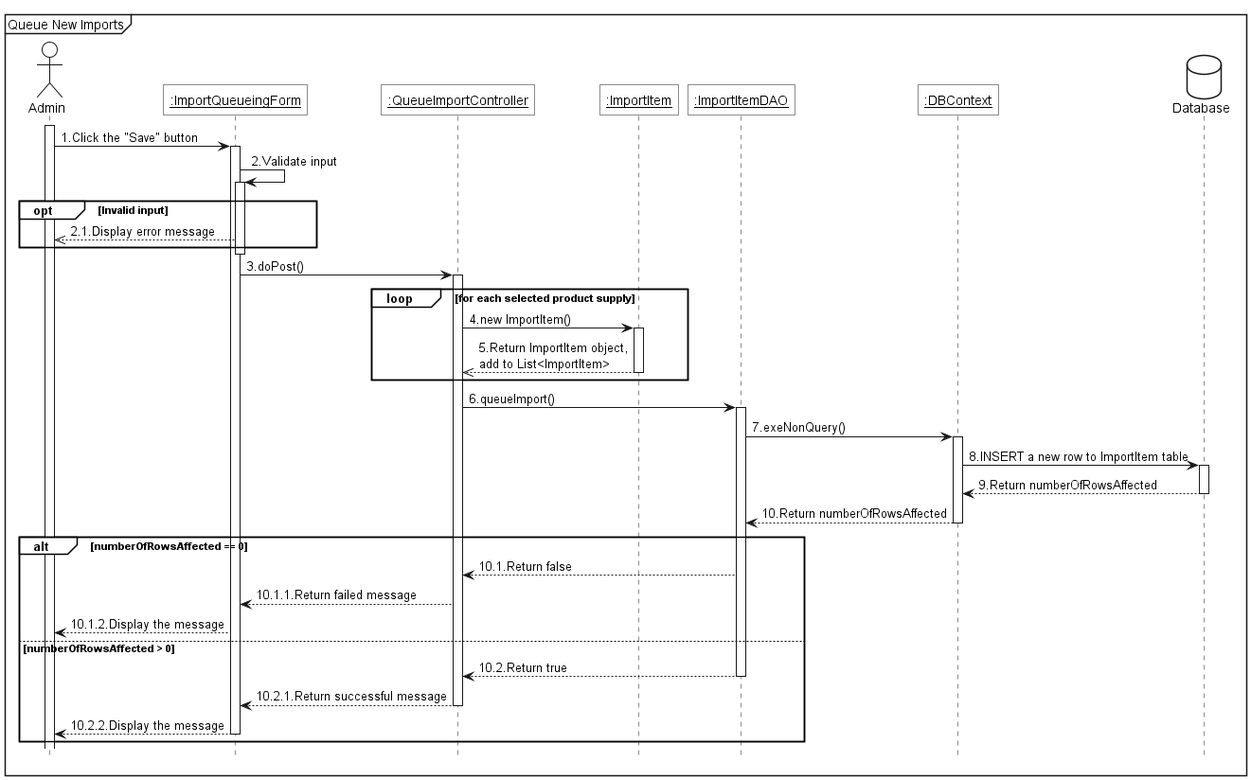
Above: diagram/sequence/product/out/management/mane-queue/mane_q_import/mane_q_import.png in tienminhthanh/ProjectSWP391 (PlantUML), before the change.
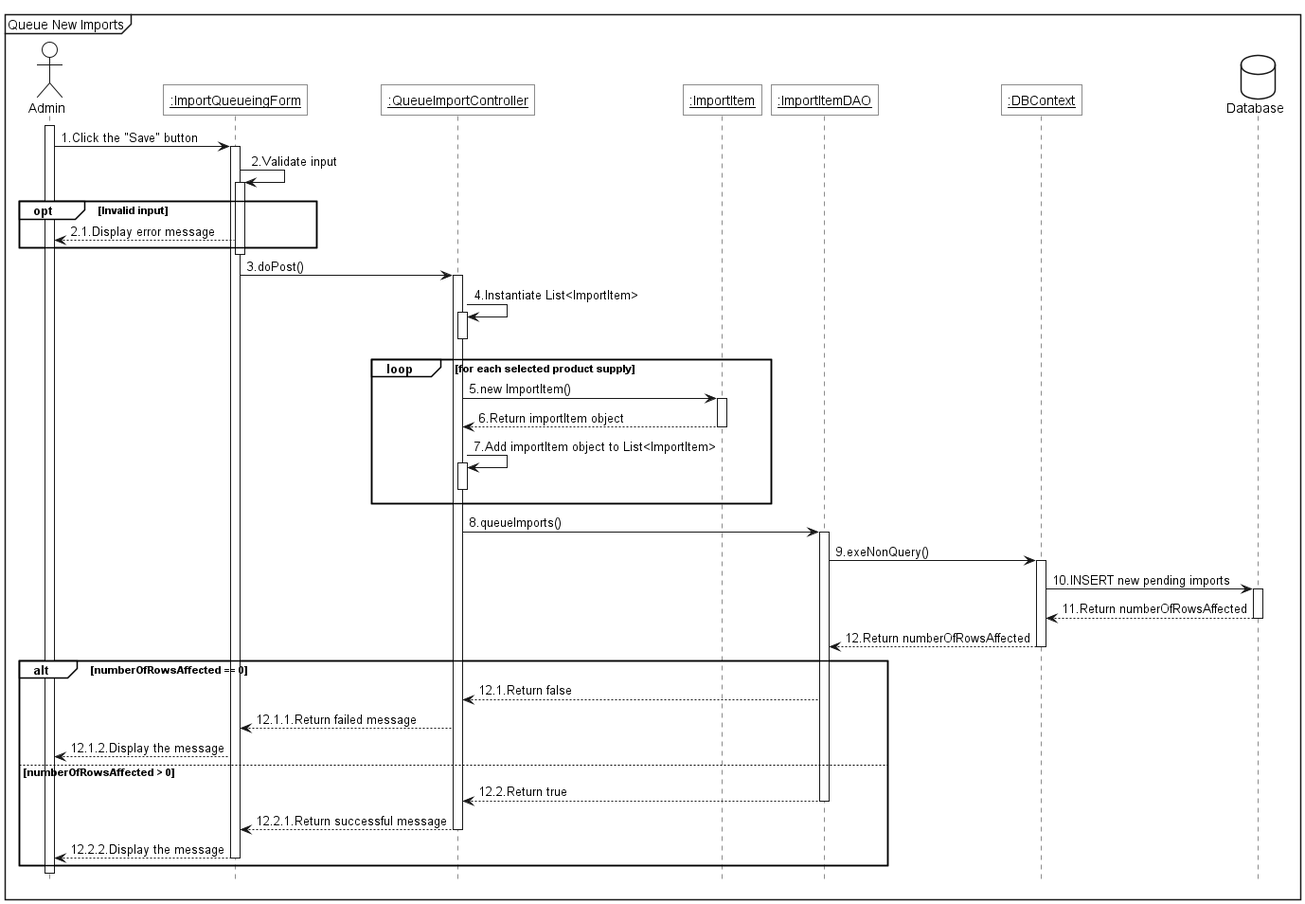
The same file after the commit.

Diff of the diagram source:
```diff
@@ -42,27 +42,31 @@
 act->view++:1.Click the "Save" button
 view->view++:2.Validate input
 group opt [Invalid input]
-    view-->>act:2.1.Display error message
+    view-->act:2.1.Display error message
 end
 view--
 view->ctrl++:3.doPost()
+ctrl->ctrl++:4.Instantiate List<ImportItem>
+ctrl--
 loop for each selected product supply
-ctrl->pro++:4.new ImportItem()
-pro -->> ctrl--:5.Return ImportItem object,\nadd to List<ImportItem>
+    ctrl->pro++:5.new ImportItem()
+    pro-->ctrl--:6.Return importItem object
+    ctrl->ctrl++:7.Add importItem object to List<ImportItem>
+    ctrl--
 end
-ctrl->dao++:6.queueImport()
-dao->ctx++:7.exeNonQuery()
-ctx -> db++:8.INSERT a new row to ImportItem table
-db -->ctx--:9.Return numberOfRowsAffected
-ctx -->dao--:10.Return numberOfRowsAffected
+ctrl->dao++:8.queueImports()
+dao->ctx++:9.exeNonQuery()
+ctx -> db++:10.INSERT new pending imports
+db -->ctx--:11.Return numberOfRowsAffected
+ctx -->dao--:12.Return numberOfRowsAffected
 alt numberOfRowsAffected == 0
-    dao-->ctrl:10.1.Return false
-    ctrl-->view:10.1.1.Return failed message
-    view-->act:10.1.2.Display the message
+    dao-->ctrl:12.1.Return false
+    ctrl-->view:12.1.1.Return failed message
+    view-->act:12.1.2.Display the message
 else numberOfRowsAffected > 0
-    dao-->ctrl--:10.2.Return true
-    ctrl-->view--:10.2.1.Return successful message
-    view-->act--:10.2.2.Display the message
+    dao-->ctrl--:12.2.Return true
+    ctrl-->view--:12.2.1.Return successful message
+    view-->act--:12.2.2.Display the message
 end
 
 @enduml
```
